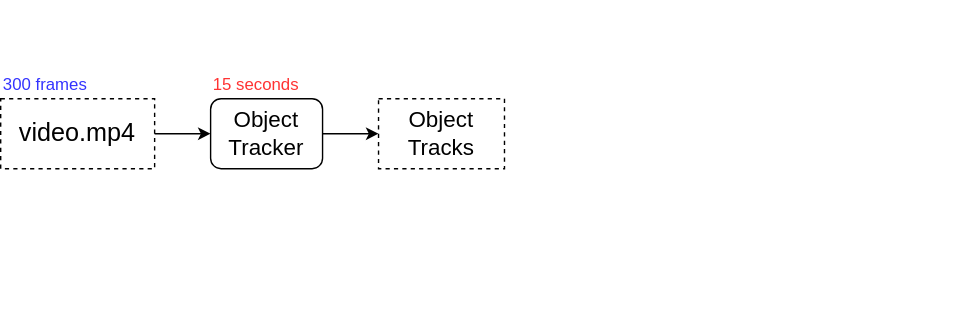
chanwutk/slide-video-dsf-2025-reveal keeps this draw.io diagram as assets/ot-pipeline-1.svg. Above is the earlier version. Source tidied: cells renumbered, new cells last; positions are measured from the earlier drawing's top-left corner, leaving out a move shared by most shapes. Its diagram source:
```xml
<mxGraphModel>
  <root>
    <mxCell id="0" />
    <mxCell id="1" parent="0" />
    <mxCell id="2" style="rounded=0;whiteSpace=wrap;html=1;strokeColor=none;" parent="1" vertex="1">
      <mxGeometry width="680" height="240" as="geometry" />
    </mxCell>
    <mxCell id="3" style="edgeStyle=orthogonalEdgeStyle;rounded=0;jettySize=auto;html=1;exitX=1;exitY=0.5;exitDx=0;exitDy=0;" parent="1" edge="1" source="4" target="6">
      <mxGeometry relative="1" as="geometry" />
    </mxCell>
    <mxCell id="4" value="video.mp4" style="rounded=0;whiteSpace=wrap;html=1;labelBackgroundColor=none;fontSize=18;fillColor=none;strokeColor=default;dashed=1;" parent="1" vertex="1">
      <mxGeometry y="70" width="110" height="50" as="geometry" />
    </mxCell>
    <mxCell id="5" style="edgeStyle=orthogonalEdgeStyle;rounded=0;jettySize=auto;html=1;exitX=1;exitY=0.5;exitDx=0;exitDy=0;entryX=0;entryY=0.5;entryDx=0;entryDy=0;" parent="1" edge="1" source="6" target="7">
      <mxGeometry relative="1" as="geometry" />
    </mxCell>
    <mxCell id="6" value="&lt;font style=&quot;font-size: 16px;&quot;&gt;Object&lt;/font&gt;&lt;div&gt;&lt;font style=&quot;font-size: 16px;&quot;&gt;Tracker&lt;/font&gt;&lt;/div&gt;" style="rounded=1;whiteSpace=wrap;html=1;" parent="1" vertex="1">
      <mxGeometry x="150" y="70" width="80" height="50" as="geometry" />
    </mxCell>
    <mxCell id="7" value="&lt;span style=&quot;font-size: 16px;&quot;&gt;Object&lt;/span&gt;&lt;div&gt;&lt;span style=&quot;font-size: 16px;&quot;&gt;Tracks&lt;/span&gt;&lt;/div&gt;" style="rounded=0;whiteSpace=wrap;html=1;align=center;strokeColor=default;fillColor=default;dashed=1;" parent="1" vertex="1">
      <mxGeometry x="270" y="70" width="90" height="50" as="geometry" />
    </mxCell>
    <mxCell id="8" value="300 frames" style="text;html=1;align=left;verticalAlign=middle;whiteSpace=wrap;rounded=0;fontColor=#3333FF;" parent="1" vertex="1">
      <mxGeometry y="50" width="100" height="20" as="geometry" />
    </mxCell>
    <mxCell id="9" value="15 seconds" style="text;html=1;align=left;verticalAlign=middle;whiteSpace=wrap;rounded=0;fontColor=#FF3333;" parent="1" vertex="1">
      <mxGeometry x="150" y="50" width="80" height="20" as="geometry" />
    </mxCell>
  </root>
</mxGraphModel>
```
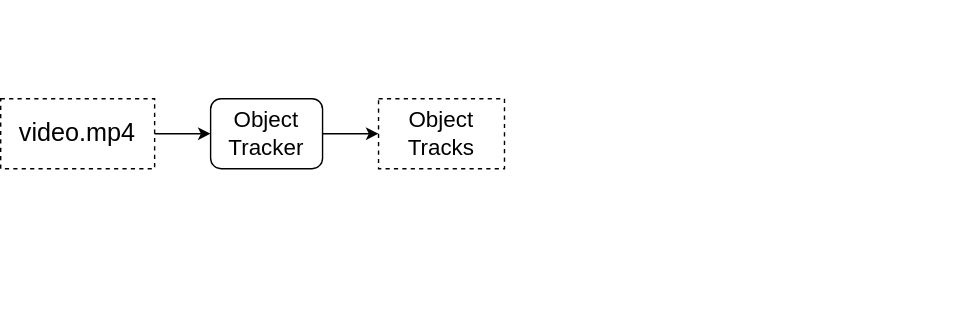
After the commit.

What changed in the source:
```diff
@@ -20,11 +20,5 @@
     <mxCell id="7" value="&lt;span style=&quot;font-size: 16px;&quot;&gt;Object&lt;/span&gt;&lt;div&gt;&lt;span style=&quot;font-size: 16px;&quot;&gt;Tracks&lt;/span&gt;&lt;/div&gt;" style="rounded=0;whiteSpace=wrap;html=1;align=center;strokeColor=default;fillColor=default;dashed=1;" parent="1" vertex="1">
       <mxGeometry x="270" y="70" width="90" height="50" as="geometry" />
     </mxCell>
-    <mxCell id="8" value="300 frames" style="text;html=1;align=left;verticalAlign=middle;whiteSpace=wrap;rounded=0;fontColor=#3333FF;" parent="1" vertex="1">
-      <mxGeometry y="50" width="100" height="20" as="geometry" />
-    </mxCell>
-    <mxCell id="9" value="15 seconds" style="text;html=1;align=left;verticalAlign=middle;whiteSpace=wrap;rounded=0;fontColor=#FF3333;" parent="1" vertex="1">
-      <mxGeometry x="150" y="50" width="80" height="20" as="geometry" />
-    </mxCell>
   </root>
 </mxGraphModel>
```
